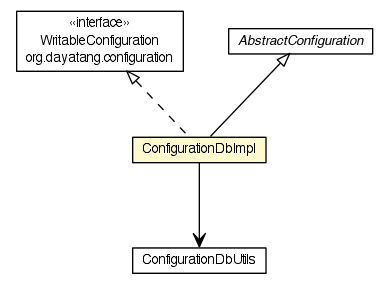
Before: apidocs/org/dayatang/configuration/impl/ConfigurationDbImpl.png, a diagram exported from Graphviz (dayatang/dddlib). Its source is kept beside it as apidocs/org/dayatang/configuration/impl/ConfigurationDbImpl.dot. Source of this version:
```dot

digraph G {
	edge [fontname="Helvetica",fontsize=10,labelfontname="Helvetica",labelfontsize=10];
	node [fontname="Helvetica",fontsize=10,shape=plaintext];
	nodesep=0.25;
	ranksep=0.5;
	c30614 [label=<<table title="org.dayatang.configuration.WritableConfiguration" border="0" cellborder="1" cellspacing="0" cellpadding="2" port="p" href="../WritableConfiguration.html">
		<tr><td><table border="0" cellspacing="0" cellpadding="1">
<tr><td align="center" balign="center"> &#171;interface&#187; </td></tr>
<tr><td align="center" balign="center"> WritableConfiguration </td></tr>
<tr><td align="center" balign="center"> org.dayatang.configuration </td></tr>
		</table></td></tr>
		</table>>, URL="../WritableConfiguration.html", fontname="Helvetica", fontcolor="black", fontsize=10.0];
	c30624 [label=<<table title="org.dayatang.configuration.impl.ConfigurationDbUtils" border="0" cellborder="1" cellspacing="0" cellpadding="2" port="p" href="./ConfigurationDbUtils.html">
		<tr><td><table border="0" cellspacing="0" cellpadding="1">
<tr><td align="center" balign="center"> ConfigurationDbUtils </td></tr>
		</table></td></tr>
		</table>>, URL="./ConfigurationDbUtils.html", fontname="Helvetica", fontcolor="black", fontsize=10.0];
	c30625 [label=<<table title="org.dayatang.configuration.impl.ConfigurationDbImpl" border="0" cellborder="1" cellspacing="0" cellpadding="2" port="p" bgcolor="lemonChiffon" href="./ConfigurationDbImpl.html">
		<tr><td><table border="0" cellspacing="0" cellpadding="1">
<tr><td align="center" balign="center"> ConfigurationDbImpl </td></tr>
		</table></td></tr>
		</table>>, URL="./ConfigurationDbImpl.html", fontname="Helvetica", fontcolor="black", fontsize=10.0];
	c30626 [label=<<table title="org.dayatang.configuration.impl.AbstractConfiguration" border="0" cellborder="1" cellspacing="0" cellpadding="2" port="p" href="./AbstractConfiguration.html">
		<tr><td><table border="0" cellspacing="0" cellpadding="1">
<tr><td align="center" balign="center"><font face="Helvetica-Oblique"> AbstractConfiguration </font></td></tr>
		</table></td></tr>
		</table>>, URL="./AbstractConfiguration.html", fontname="Helvetica", fontcolor="black", fontsize=10.0];
	c30626:p -> c30625:p [dir=back,arrowtail=empty];
	c30614:p -> c30625:p [dir=back,arrowtail=empty,style=dashed];
	c30625:p -> c30624:p [taillabel="", label=" "headlabel="", fontname="Helvetica", fontcolor="black", fontsize=10.0, color="black", arrowhead=open];
}
```
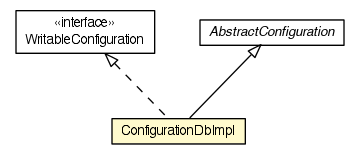
The same diagram one commit later.

Change to the diagram source:
```diff
@@ -4,29 +4,22 @@
 	node [fontname="Helvetica",fontsize=10,shape=plaintext];
 	nodesep=0.25;
 	ranksep=0.5;
-	c30614 [label=<<table title="org.dayatang.configuration.WritableConfiguration" border="0" cellborder="1" cellspacing="0" cellpadding="2" port="p" href="../WritableConfiguration.html">
+	c30430 [label=<<table title="org.dayatang.configuration.WritableConfiguration" border="0" cellborder="1" cellspacing="0" cellpadding="2" port="p" href="../WritableConfiguration.html">
 		<tr><td><table border="0" cellspacing="0" cellpadding="1">
 <tr><td align="center" balign="center"> &#171;interface&#187; </td></tr>
 <tr><td align="center" balign="center"> WritableConfiguration </td></tr>
-<tr><td align="center" balign="center"> org.dayatang.configuration </td></tr>
 		</table></td></tr>
 		</table>>, URL="../WritableConfiguration.html", fontname="Helvetica", fontcolor="black", fontsize=10.0];
-	c30624 [label=<<table title="org.dayatang.configuration.impl.ConfigurationDbUtils" border="0" cellborder="1" cellspacing="0" cellpadding="2" port="p" href="./ConfigurationDbUtils.html">
-		<tr><td><table border="0" cellspacing="0" cellpadding="1">
-<tr><td align="center" balign="center"> ConfigurationDbUtils </td></tr>
-		</table></td></tr>
-		</table>>, URL="./ConfigurationDbUtils.html", fontname="Helvetica", fontcolor="black", fontsize=10.0];
-	c30625 [label=<<table title="org.dayatang.configuration.impl.ConfigurationDbImpl" border="0" cellborder="1" cellspacing="0" cellpadding="2" port="p" bgcolor="lemonChiffon" href="./ConfigurationDbImpl.html">
+	c30441 [label=<<table title="org.dayatang.configuration.impl.ConfigurationDbImpl" border="0" cellborder="1" cellspacing="0" cellpadding="2" port="p" bgcolor="lemonChiffon" href="./ConfigurationDbImpl.html">
 		<tr><td><table border="0" cellspacing="0" cellpadding="1">
 <tr><td align="center" balign="center"> ConfigurationDbImpl </td></tr>
 		</table></td></tr>
 		</table>>, URL="./ConfigurationDbImpl.html", fontname="Helvetica", fontcolor="black", fontsize=10.0];
-	c30626 [label=<<table title="org.dayatang.configuration.impl.AbstractConfiguration" border="0" cellborder="1" cellspacing="0" cellpadding="2" port="p" href="./AbstractConfiguration.html">
+	c30442 [label=<<table title="org.dayatang.configuration.impl.AbstractConfiguration" border="0" cellborder="1" cellspacing="0" cellpadding="2" port="p" href="./AbstractConfiguration.html">
 		<tr><td><table border="0" cellspacing="0" cellpadding="1">
 <tr><td align="center" balign="center"><font face="Helvetica-Oblique"> AbstractConfiguration </font></td></tr>
 		</table></td></tr>
 		</table>>, URL="./AbstractConfiguration.html", fontname="Helvetica", fontcolor="black", fontsize=10.0];
-	c30626:p -> c30625:p [dir=back,arrowtail=empty];
-	c30614:p -> c30625:p [dir=back,arrowtail=empty,style=dashed];
-	c30625:p -> c30624:p [taillabel="", label=" "headlabel="", fontname="Helvetica", fontcolor="black", fontsize=10.0, color="black", arrowhead=open];
+	c30442:p -> c30441:p [dir=back,arrowtail=empty];
+	c30430:p -> c30441:p [dir=back,arrowtail=empty,style=dashed];
 }
```
